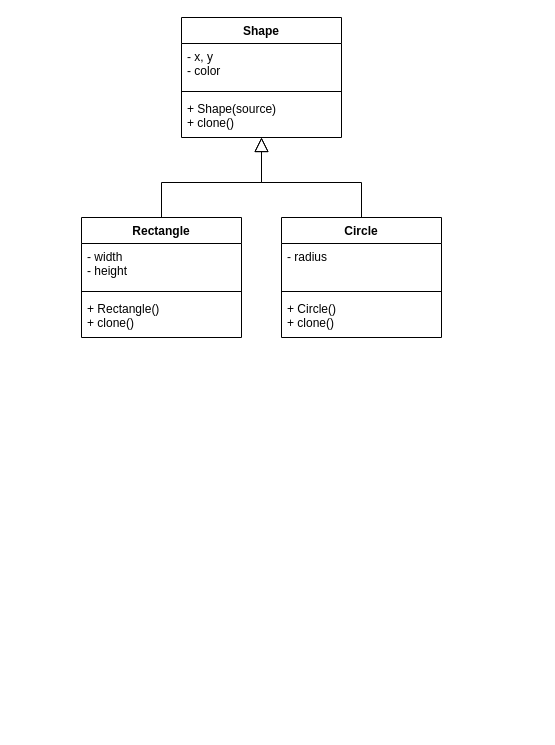
Earlier version of the draw.io diagram page "Prototype" (4 of 5) of patrones_creacionales/Diagrama sin título.drawio (estebansalas18/Patrones-GoF). Source tidied: cells renumbered, new cells numbered last; positions are measured from the earlier drawing's top-left corner, leaving out a move shared by most shapes. Both pictures are drawn from the tidied source at 100%, with x=0, y=0 at pixel (81, 17).
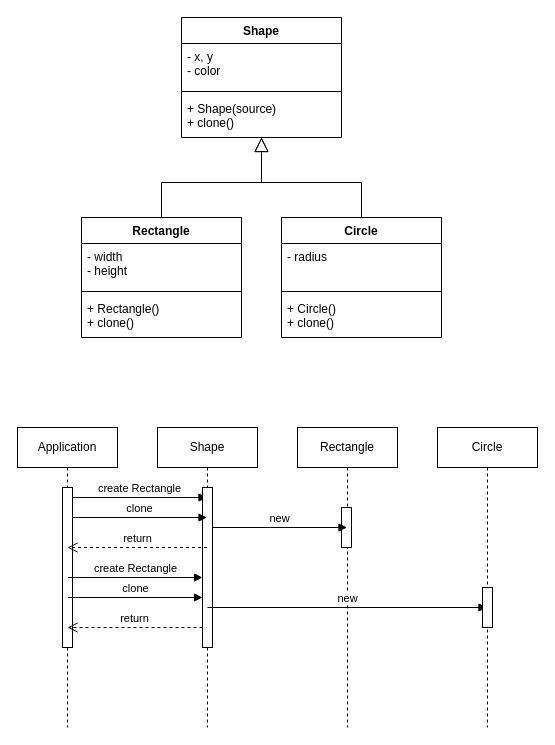
After the change.

The edit, as a diff of the source:
```diff
@@
+    <mxCell id="16" value="Application" style="shape=umlLifeline;perimeter=lifelinePerimeter;whiteSpace=wrap;html=1;" parent="1" vertex="1">
+      <mxGeometry x="-64" y="410" width="100" height="300" as="geometry" />
+    </mxCell>
+    <mxCell id="17" style="html=1;perimeter=orthogonalPerimeter;" parent="16" vertex="1">
+      <mxGeometry x="45" y="60" width="10" height="160" as="geometry" />
+    </mxCell>
+    <mxCell id="18" value="create Rectangle" style="html=1;verticalAlign=bottom;endArrow=block;rounded=0;" parent="16" edge="1" target="19">
+      <mxGeometry relative="1" as="geometry">
+        <mxPoint x="55" y="70" as="sourcePoint" />
+      </mxGeometry>
+    </mxCell>
+    <mxCell id="19" value="Shape" style="shape=umlLifeline;perimeter=lifelinePerimeter;whiteSpace=wrap;html=1;outlineConnect=0;" parent="1" vertex="1">
+      <mxGeometry x="76" y="410" width="100" height="300" as="geometry" />
+    </mxCell>
+    <mxCell id="20" style="html=1;perimeter=orthogonalPerimeter;" parent="19" vertex="1">
+      <mxGeometry x="45" y="60" width="10" height="160" as="geometry" />
+    </mxCell>
+    <mxCell id="21" value="clone" style="html=1;verticalAlign=bottom;endArrow=block;rounded=0;" parent="19" edge="1">
+      <mxGeometry relative="1" as="geometry">
+        <mxPoint x="-85" y="90" as="sourcePoint" />
+        <mxPoint x="49.5" y="90" as="targetPoint" />
+      </mxGeometry>
+    </mxCell>
+    <mxCell id="22" value="create Rectangle" style="html=1;verticalAlign=bottom;endArrow=block;rounded=0;" parent="19" edge="1">
+      <mxGeometry relative="1" as="geometry">
+        <mxPoint x="-89.5" y="150" as="sourcePoint" />
+        <mxPoint x="45" y="150" as="targetPoint" />
+      </mxGeometry>
+    </mxCell>
+    <mxCell id="23" value="clone" style="html=1;verticalAlign=bottom;endArrow=block;rounded=0;" parent="19" edge="1">
+      <mxGeometry relative="1" as="geometry">
+        <mxPoint x="-89.5" y="170" as="sourcePoint" />
+        <mxPoint x="45" y="170" as="targetPoint" />
+      </mxGeometry>
+    </mxCell>
+    <mxCell id="24" value="return" style="html=1;verticalAlign=bottom;endArrow=open;dashed=1;endSize=8;rounded=0;" parent="19" edge="1">
+      <mxGeometry relative="1" as="geometry">
+        <mxPoint x="45" y="200" as="sourcePoint" />
+        <mxPoint x="-90" y="200" as="targetPoint" />
+      </mxGeometry>
+    </mxCell>
+    <mxCell id="25" value="Rectangle" style="shape=umlLifeline;perimeter=lifelinePerimeter;whiteSpace=wrap;html=1;" parent="1" vertex="1">
+      <mxGeometry x="216" y="410" width="100" height="300" as="geometry" />
+    </mxCell>
+    <mxCell id="26" style="html=1;perimeter=orthogonalPerimeter;" parent="25" vertex="1">
+      <mxGeometry x="44" y="80" width="10" height="40" as="geometry" />
+    </mxCell>
+    <mxCell id="27" value="new" style="html=1;verticalAlign=bottom;endArrow=block;rounded=0;" parent="25" edge="1">
+      <mxGeometry relative="1" as="geometry">
+        <mxPoint x="-85" y="100" as="sourcePoint" />
+        <mxPoint x="49.5" y="100" as="targetPoint" />
+      </mxGeometry>
+    </mxCell>
+    <mxCell id="28" value="new" style="html=1;verticalAlign=bottom;endArrow=block;rounded=0;" parent="25" edge="1" target="29">
+      <mxGeometry relative="1" as="geometry">
+        <mxPoint x="-90" y="180" as="sourcePoint" />
+      </mxGeometry>
+    </mxCell>
+    <mxCell id="29" value="Circle" style="shape=umlLifeline;perimeter=lifelinePerimeter;whiteSpace=wrap;html=1;outlineConnect=0;" parent="1" vertex="1">
+      <mxGeometry x="356" y="410" width="100" height="300" as="geometry" />
+    </mxCell>
+    <mxCell id="30" style="html=1;perimeter=orthogonalPerimeter;" parent="29" vertex="1">
+      <mxGeometry x="45" y="160" width="10" height="40" as="geometry" />
+    </mxCell>
+    <mxCell id="31" value="return" style="html=1;verticalAlign=bottom;endArrow=open;dashed=1;endSize=8;rounded=0;" parent="1" edge="1" source="19">
+      <mxGeometry relative="1" as="geometry">
+        <mxPoint x="-14" y="530" as="targetPoint" />
+      </mxGeometry>
+    </mxCell>
```
